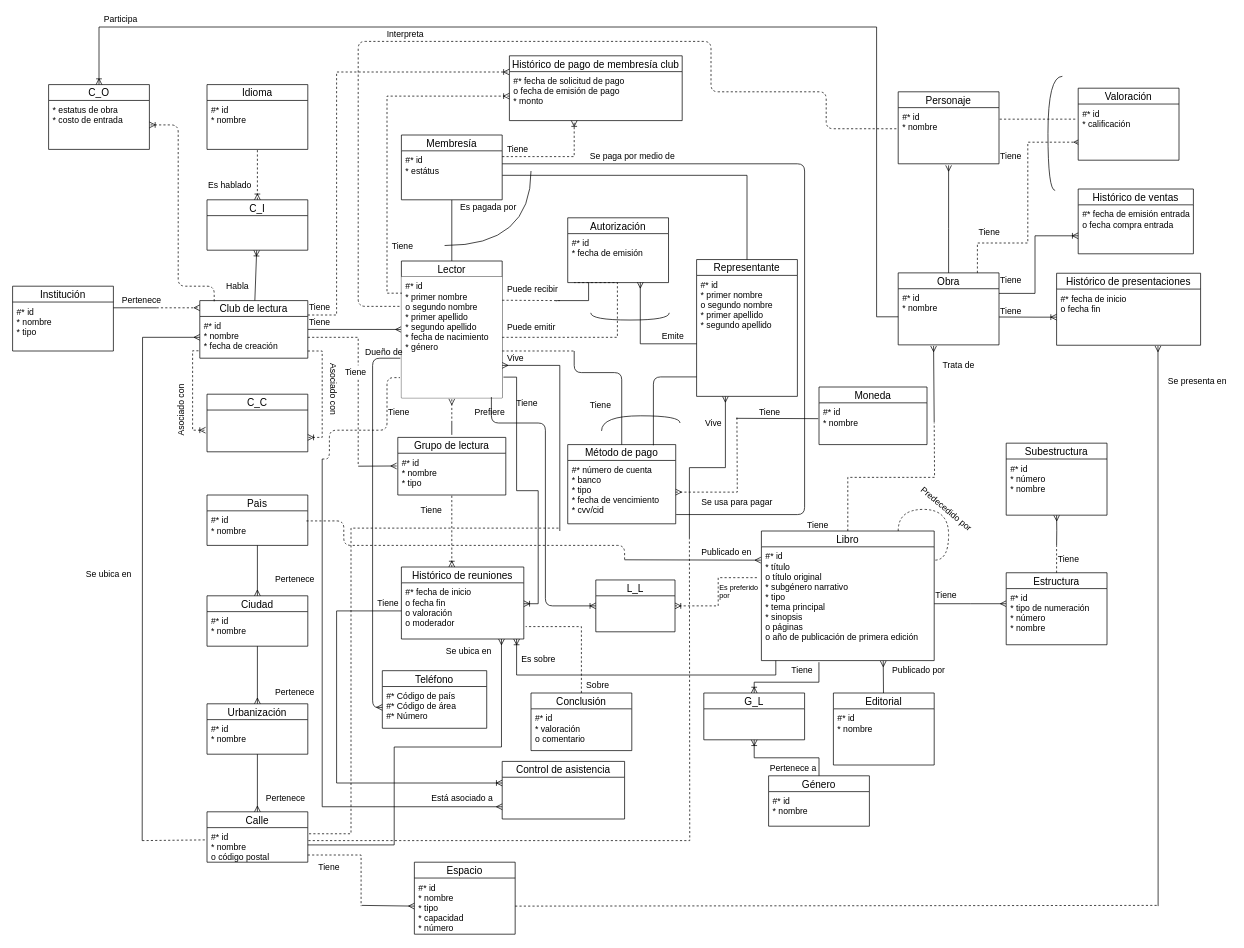
The draw.io diagram DB I/Hopefully this will be the last ER.drawio in NeutronBlast/IS-Ex, before the edit. Source tidied: cells renumbered, new cells numbered last; positions are measured from the earlier drawing's top-left corner, leaving out a move shared by most shapes. Both pictures are drawn from the tidied source at 72%, with x=0, y=0 at pixel (12, 12).
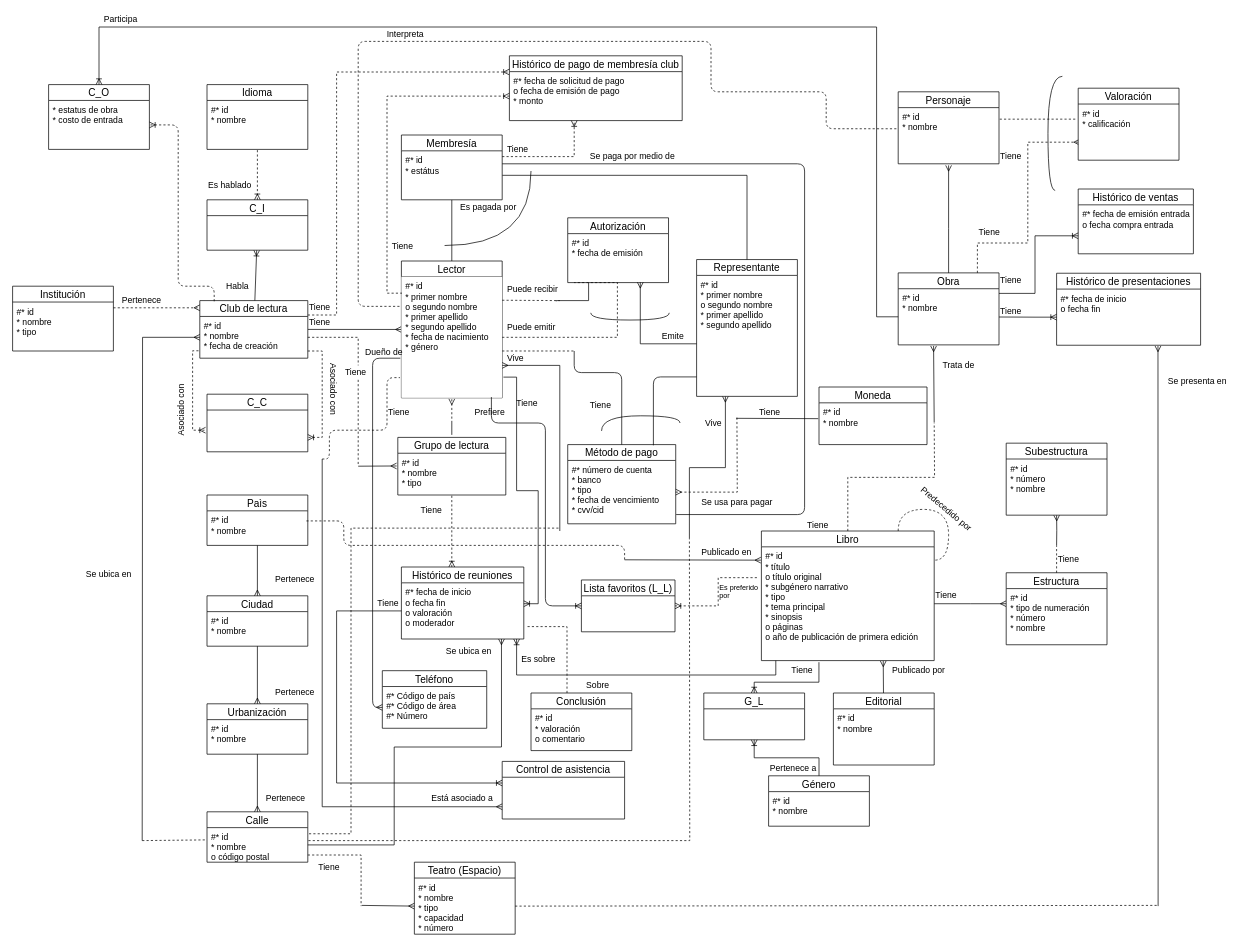
Above is the later version.

The change refers to these unchanged cells:
```xml
<mxCell id="90" value="#* fecha de inicio&#10;o fecha fin&#10;o valoración&#10;o moderador&#10;" style="text;strokeColor=none;fillColor=none;spacingLeft=4;spacingRight=4;overflow=hidden;points=[[0,0.5],[1,0.5]];portConstraint=eastwest;fontSize=12;" parent="89" vertex="1">
  <mxGeometry y="22" width="170" height="78" as="geometry" />
</mxCell>
<mxCell id="107" value="Conclusión" style="swimlane;fontStyle=0;horizontal=1;startSize=22;fillColor=none;swimlaneFillColor=#ffffff;align=center;fontSize=14;" parent="1" vertex="1">
  <mxGeometry x="720" y="945" width="140" height="80" as="geometry" />
</mxCell>
```

Change to the diagram source:
```diff
@@
-    <mxCell id="24" style="endArrow=none;html=1;" parent="1" edge="1">
+    <mxCell id="24" style="endArrow=none;html=1;dashed=1;" parent="1" edge="1">
       <mxGeometry relative="1" as="geometry">
         <mxPoint x="140" y="410" as="sourcePoint" />
         <mxPoint x="200" y="410" as="targetPoint" />
       </mxGeometry>
     </mxCell>
@@
-    <mxCell id="98" value="L_L" style="swimlane;fontStyle=0;horizontal=1;startSize=22;fillColor=none;swimlaneFillColor=#ffffff;align=center;fontSize=14;" parent="1" vertex="1">
-      <mxGeometry x="810" y="788" width="110" height="72" as="geometry" />
+    <mxCell id="98" value="Lista favoritos (L_L)" style="swimlane;fontStyle=0;horizontal=1;startSize=22;fillColor=none;swimlaneFillColor=#ffffff;align=center;fontSize=14;" parent="1" vertex="1">
+      <mxGeometry x="790" y="788" width="130" height="72" as="geometry" />
     </mxCell>
@@
     <mxCell id="106" style="edgeStyle=orthogonalEdgeStyle;rounded=0;jettySize=auto;html=1;entryX=1.015;entryY=0.779;entryDx=0;entryDy=0;entryPerimeter=0;startArrow=none;startFill=0;endArrow=none;endFill=0;strokeColor=#000000;dashed=1;" parent="1" edge="1" source="107" target="90">
-      <mxGeometry relative="1" as="geometry" />
+      <mxGeometry relative="1" as="geometry">
+        <Array as="points">
+          <mxPoint x="770" y="853" />
+        </Array>
+      </mxGeometry>
     </mxCell>
@@
-    <mxCell id="110" value="Espacio" style="swimlane;fontStyle=0;horizontal=1;startSize=22;fillColor=none;swimlaneFillColor=#ffffff;align=center;fontSize=14;" parent="1" vertex="1">
+    <mxCell id="110" value="Teatro (Espacio)" style="swimlane;fontStyle=0;horizontal=1;startSize=22;fillColor=none;swimlaneFillColor=#ffffff;align=center;fontSize=14;" parent="1" vertex="1">
       <mxGeometry x="558" y="1180" width="140" height="100" as="geometry" />
     </mxCell>
```
